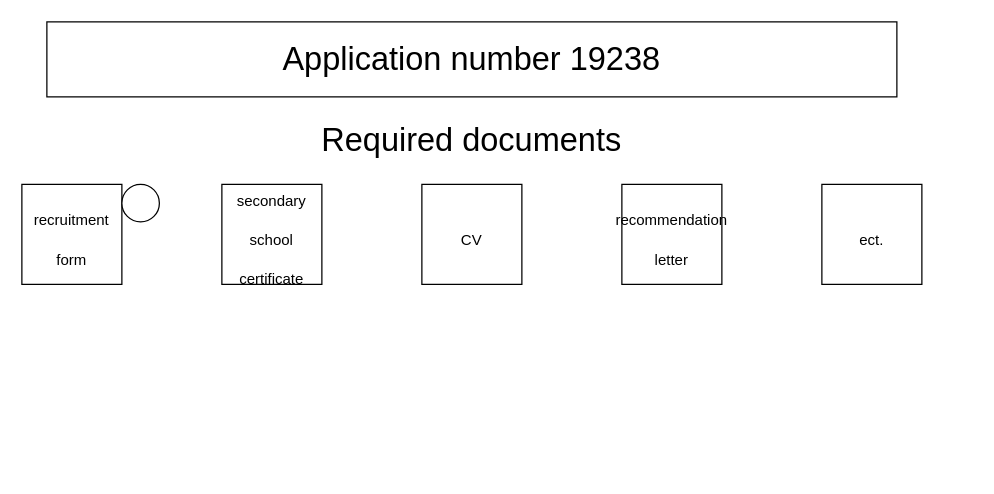
The draw.io diagram Mock-up2.drawio in mateusz-weglarz/flowchart, before the edit. Source tidied: cells renumbered, new cells numbered last; positions are measured from the earlier drawing's top-left corner, leaving out a move shared by most shapes. Both pictures are drawn from the tidied source at 125%, with x=0, y=0 at pixel (21, 21).
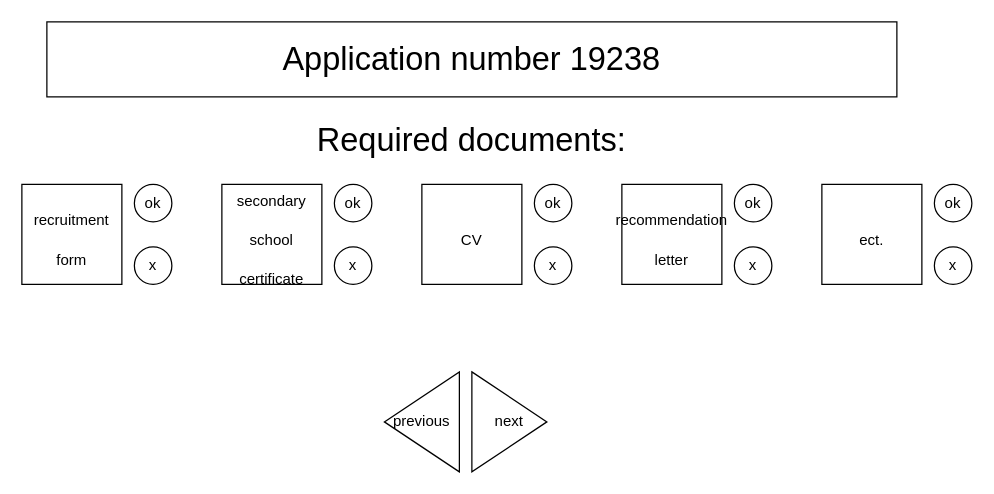
The same page after the edit.

The edit, as a diff of the source:
```diff
@@
-<mxGraphModel>
+<mxGraphModel background="#ffffff">
@@
-    <mxCell id="3" value="Required documents" style="text;html=1;strokeColor=none;fillColor=none;align=center;verticalAlign=middle;whiteSpace=wrap;rounded=0;fontSize=26;" parent="1" vertex="1">
+    <mxCell id="3" value="Required documents:" style="text;html=1;strokeColor=none;fillColor=none;align=center;verticalAlign=middle;whiteSpace=wrap;rounded=0;fontSize=26;" parent="1" vertex="1">
       <mxGeometry x="160" y="80" width="400" height="30" as="geometry" />
     </mxCell>
@@
-    <mxCell id="9" style="ellipse;whiteSpace=wrap;html=1;fontSize=12;" parent="1" vertex="1">
-      <mxGeometry x="80" y="130" width="30" height="30" as="geometry" />
+    <mxCell id="9" value="ok" style="ellipse;whiteSpace=wrap;html=1;fontSize=12;" parent="1" vertex="1">
+      <mxGeometry x="90" y="130" width="30" height="30" as="geometry" />
     </mxCell>
+    <mxCell id="10" value="ok" style="ellipse;whiteSpace=wrap;html=1;fontSize=12;" parent="1" vertex="1">
+      <mxGeometry x="250" y="130" width="30" height="30" as="geometry" />
+    </mxCell>
+    <mxCell id="11" value="x" style="ellipse;whiteSpace=wrap;html=1;fontSize=12;" parent="1" vertex="1">
+      <mxGeometry x="90" y="180" width="30" height="30" as="geometry" />
+    </mxCell>
+    <mxCell id="12" value="x" style="ellipse;whiteSpace=wrap;html=1;fontSize=12;" parent="1" vertex="1">
+      <mxGeometry x="730" y="180" width="30" height="30" as="geometry" />
+    </mxCell>
+    <mxCell id="13" value="x" style="ellipse;whiteSpace=wrap;html=1;fontSize=12;" parent="1" vertex="1">
+      <mxGeometry x="570" y="180" width="30" height="30" as="geometry" />
+    </mxCell>
+    <mxCell id="14" value="x" style="ellipse;whiteSpace=wrap;html=1;fontSize=12;" parent="1" vertex="1">
+      <mxGeometry x="410" y="180" width="30" height="30" as="geometry" />
+    </mxCell>
+    <mxCell id="15" value="x" style="ellipse;whiteSpace=wrap;html=1;fontSize=12;" parent="1" vertex="1">
+      <mxGeometry x="250" y="180" width="30" height="30" as="geometry" />
+    </mxCell>
+    <mxCell id="16" value="ok" style="ellipse;whiteSpace=wrap;html=1;fontSize=12;" parent="1" vertex="1">
+      <mxGeometry x="730" y="130" width="30" height="30" as="geometry" />
+    </mxCell>
+    <mxCell id="17" value="ok" style="ellipse;whiteSpace=wrap;html=1;fontSize=12;" parent="1" vertex="1">
+      <mxGeometry x="570" y="130" width="30" height="30" as="geometry" />
+    </mxCell>
+    <mxCell id="18" value="ok" style="ellipse;whiteSpace=wrap;html=1;fontSize=12;" parent="1" vertex="1">
+      <mxGeometry x="410" y="130" width="30" height="30" as="geometry" />
+    </mxCell>
+    <mxCell id="19" value="next" style="triangle;whiteSpace=wrap;html=1;fontSize=12;" parent="1" vertex="1">
+      <mxGeometry x="360" y="280" width="60" height="80" as="geometry" />
+    </mxCell>
+    <mxCell id="20" value="previous" style="triangle;whiteSpace=wrap;html=1;fontSize=12;direction=west;" parent="1" vertex="1">
+      <mxGeometry x="290" y="280" width="60" height="80" as="geometry" />
+    </mxCell>
```
